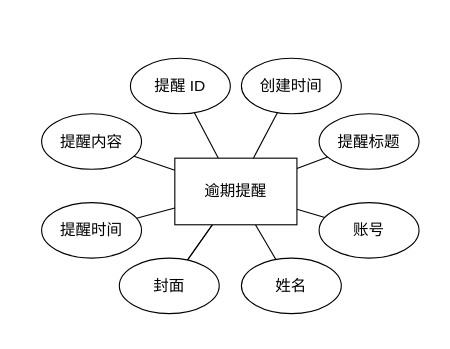
Above: 图3-26.drawio in blackjack2022/draw.io (draw.io), before the change. Source tidied: cells renumbered, new cells numbered last; positions are measured from the earlier drawing's top-left corner, leaving out a move shared by most shapes. Both pictures are drawn from the tidied source at 111%, with x=0, y=0 at pixel (41, 58).
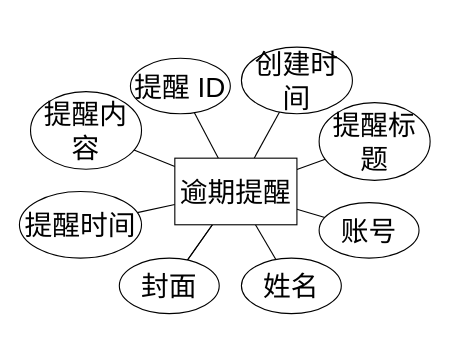
After the change.

The edit, as a diff of the source:
```diff
@@
 <mxGraphModel>
   <root>
     <mxCell id="0" />
     <mxCell id="1" parent="0" />
-    <mxCell id="2" style="rounded=0;jettySize=auto;html=1;endArrow=none;startFill=0;fontFamily=宋体;fontSize=14;" parent="1" edge="1" source="11" target="14">
+    <mxCell id="2" style="rounded=0;jettySize=auto;html=1;endArrow=none;startFill=0;fontFamily=宋体;fontSize=25;" parent="1" edge="1" source="11" target="14">
       <mxGeometry relative="1" as="geometry" />
     </mxCell>
-    <mxCell id="3" style="rounded=0;jettySize=auto;html=1;endArrow=none;startFill=0;fontFamily=宋体;fontSize=14;" parent="1" edge="1" source="11" target="15">
+    <mxCell id="3" style="rounded=0;jettySize=auto;html=1;endArrow=none;startFill=0;fontFamily=宋体;fontSize=25;" parent="1" edge="1" source="11" target="15">
       <mxGeometry relative="1" as="geometry" />
     </mxCell>
-    <mxCell id="4" style="rounded=0;jettySize=auto;html=1;endArrow=none;startFill=0;fontFamily=宋体;fontSize=14;" parent="1" edge="1" source="11" target="16">
+    <mxCell id="4" style="rounded=0;jettySize=auto;html=1;endArrow=none;startFill=0;fontFamily=宋体;fontSize=25;" parent="1" edge="1" source="11" target="16">
       <mxGeometry relative="1" as="geometry" />
     </mxCell>
-    <mxCell id="5" style="rounded=0;jettySize=auto;html=1;endArrow=none;startFill=0;fontFamily=宋体;fontSize=14;" parent="1" edge="1" source="11" target="17">
+    <mxCell id="5" style="rounded=0;jettySize=auto;html=1;endArrow=none;startFill=0;fontFamily=宋体;fontSize=25;" parent="1" edge="1" source="11" target="17">
       <mxGeometry relative="1" as="geometry" />
     </mxCell>
-    <mxCell id="6" style="rounded=0;jettySize=auto;html=1;endArrow=none;startFill=0;fontFamily=宋体;fontSize=14;" parent="1" edge="1" source="11" target="18">
+    <mxCell id="6" style="rounded=0;jettySize=auto;html=1;endArrow=none;startFill=0;fontFamily=宋体;fontSize=25;" parent="1" edge="1" source="11" target="18">
       <mxGeometry relative="1" as="geometry" />
     </mxCell>
-    <mxCell id="7" style="rounded=0;jettySize=auto;html=1;endArrow=none;startFill=0;fontFamily=宋体;fontSize=14;" parent="1" edge="1" source="11" target="13">
+    <mxCell id="7" style="rounded=0;jettySize=auto;html=1;endArrow=none;startFill=0;fontFamily=宋体;fontSize=25;" parent="1" edge="1" source="11" target="13">
       <mxGeometry relative="1" as="geometry" />
     </mxCell>
-    <mxCell id="8" style="rounded=0;jettySize=auto;html=1;endArrow=none;startFill=0;fontFamily=宋体;fontSize=14;" parent="1" edge="1" source="11" target="12">
+    <mxCell id="8" style="rounded=0;jettySize=auto;html=1;endArrow=none;startFill=0;fontFamily=宋体;fontSize=25;" parent="1" edge="1" source="11" target="12">
       <mxGeometry relative="1" as="geometry" />
     </mxCell>
-    <mxCell id="9" style="rounded=0;jettySize=auto;html=1;endArrow=none;startFill=0;fontFamily=宋体;fontSize=14;" parent="1" edge="1" source="11" target="19">
+    <mxCell id="9" style="rounded=0;jettySize=auto;html=1;endArrow=none;startFill=0;fontFamily=宋体;fontSize=25;" parent="1" edge="1" source="11" target="19">
       <mxGeometry relative="1" as="geometry" />
     </mxCell>
-    <mxCell id="10" style="rounded=0;jettySize=auto;html=1;endArrow=none;startFill=0;fontFamily=宋体;fontSize=14;" parent="1" edge="1" source="11" target="18">
+    <mxCell id="10" style="rounded=0;jettySize=auto;html=1;endArrow=none;startFill=0;fontFamily=宋体;fontSize=25;" parent="1" edge="1" source="11" target="18">
       <mxGeometry relative="1" as="geometry" />
     </mxCell>
-    <mxCell id="11" value="逾期提醒" style="rounded=0;whiteSpace=wrap;html=1;fontFamily=宋体;fontSize=14;" parent="1" vertex="1">
+    <mxCell id="11" value="逾期提醒" style="rounded=0;whiteSpace=wrap;html=1;fontFamily=宋体;fontSize=25;" parent="1" vertex="1">
       <mxGeometry x="120" y="90" width="110" height="60" as="geometry" />
     </mxCell>
-    <mxCell id="12" value="&lt;p class=&quot;MsoNormal&quot;&gt;&lt;span&gt;提醒内容&lt;/span&gt;&lt;/p&gt;" style="ellipse;whiteSpace=wrap;html=1;fontFamily=宋体;fontSize=14;" parent="1" vertex="1">
-      <mxGeometry y="50" width="90" height="50" as="geometry" />
+    <mxCell id="12" value="&lt;p class=&quot;MsoNormal&quot;&gt;&lt;span&gt;提醒内容&lt;/span&gt;&lt;/p&gt;" style="ellipse;whiteSpace=wrap;html=1;fontFamily=宋体;fontSize=25;" parent="1" vertex="1">
+      <mxGeometry x="-10" y="30" width="100" height="70" as="geometry" />
     </mxCell>
-    <mxCell id="13" value="&lt;p class=&quot;MsoNormal&quot;&gt;&lt;span&gt;&lt;font face=&quot;宋体&quot;&gt;提醒&lt;/font&gt; &lt;font face=&quot;宋体&quot;&gt;ID&lt;/font&gt;&lt;/span&gt;&lt;/p&gt;" style="ellipse;whiteSpace=wrap;html=1;fontFamily=宋体;fontSize=14;" parent="1" vertex="1">
+    <mxCell id="13" value="&lt;p class=&quot;MsoNormal&quot;&gt;&lt;span&gt;&lt;font face=&quot;宋体&quot;&gt;提醒&lt;/font&gt; &lt;font face=&quot;宋体&quot;&gt;ID&lt;/font&gt;&lt;/span&gt;&lt;/p&gt;" style="ellipse;whiteSpace=wrap;html=1;fontFamily=宋体;fontSize=25;" parent="1" vertex="1">
       <mxGeometry x="80" width="90" height="50" as="geometry" />
     </mxCell>
-    <mxCell id="14" value="&lt;p class=&quot;MsoNormal&quot;&gt;&lt;span&gt;创建时间&lt;/span&gt;&lt;/p&gt;" style="ellipse;whiteSpace=wrap;html=1;fontFamily=宋体;fontSize=14;" parent="1" vertex="1">
-      <mxGeometry x="180" width="90" height="50" as="geometry" />
+    <mxCell id="14" value="&lt;p class=&quot;MsoNormal&quot;&gt;&lt;span&gt;创建时间&lt;/span&gt;&lt;/p&gt;" style="ellipse;whiteSpace=wrap;html=1;fontFamily=宋体;fontSize=25;" parent="1" vertex="1">
+      <mxGeometry x="180" y="-10" width="100" height="60" as="geometry" />
     </mxCell>
-    <mxCell id="15" value="&lt;p class=&quot;MsoNormal&quot;&gt;&lt;span&gt;提醒标题&lt;/span&gt;&lt;/p&gt;" style="ellipse;whiteSpace=wrap;html=1;fontFamily=宋体;fontSize=14;" parent="1" vertex="1">
-      <mxGeometry x="250" y="50" width="90" height="50" as="geometry" />
+    <mxCell id="15" value="&lt;p class=&quot;MsoNormal&quot;&gt;&lt;span&gt;提醒标题&lt;/span&gt;&lt;/p&gt;" style="ellipse;whiteSpace=wrap;html=1;fontFamily=宋体;fontSize=25;" parent="1" vertex="1">
+      <mxGeometry x="250" y="40" width="100" height="70" as="geometry" />
     </mxCell>
-    <mxCell id="16" value="&lt;p class=&quot;MsoNormal&quot;&gt;&lt;span&gt;账号&lt;/span&gt;&lt;/p&gt;" style="ellipse;whiteSpace=wrap;html=1;fontFamily=宋体;fontSize=14;" parent="1" vertex="1">
+    <mxCell id="16" value="&lt;p class=&quot;MsoNormal&quot;&gt;&lt;span&gt;账号&lt;/span&gt;&lt;/p&gt;" style="ellipse;whiteSpace=wrap;html=1;fontFamily=宋体;fontSize=25;" parent="1" vertex="1">
       <mxGeometry x="250" y="130" width="90" height="50" as="geometry" />
     </mxCell>
-    <mxCell id="17" value="&lt;p class=&quot;MsoNormal&quot;&gt;&lt;span&gt;姓名&lt;/span&gt;&lt;/p&gt;" style="ellipse;whiteSpace=wrap;html=1;fontFamily=宋体;fontSize=14;" parent="1" vertex="1">
+    <mxCell id="17" value="&lt;p class=&quot;MsoNormal&quot;&gt;&lt;span&gt;姓名&lt;/span&gt;&lt;/p&gt;" style="ellipse;whiteSpace=wrap;html=1;fontFamily=宋体;fontSize=25;" parent="1" vertex="1">
       <mxGeometry x="180" y="180" width="90" height="50" as="geometry" />
     </mxCell>
-    <mxCell id="18" value="&lt;p class=&quot;MsoNormal&quot;&gt;&lt;span&gt;封面&lt;/span&gt;&lt;/p&gt;" style="ellipse;whiteSpace=wrap;html=1;fontFamily=宋体;fontSize=14;" parent="1" vertex="1">
+    <mxCell id="18" value="&lt;p class=&quot;MsoNormal&quot;&gt;&lt;span&gt;封面&lt;/span&gt;&lt;/p&gt;" style="ellipse;whiteSpace=wrap;html=1;fontFamily=宋体;fontSize=25;" parent="1" vertex="1">
       <mxGeometry x="70" y="180" width="90" height="50" as="geometry" />
     </mxCell>
-    <mxCell id="19" value="&lt;p class=&quot;MsoNormal&quot;&gt;&lt;span&gt;提醒时间&lt;/span&gt;&lt;/p&gt;" style="ellipse;whiteSpace=wrap;html=1;fontFamily=宋体;fontSize=14;" parent="1" vertex="1">
-      <mxGeometry y="130" width="90" height="50" as="geometry" />
+    <mxCell id="19" value="&lt;p class=&quot;MsoNormal&quot;&gt;&lt;span&gt;提醒时间&lt;/span&gt;&lt;/p&gt;" style="ellipse;whiteSpace=wrap;html=1;fontFamily=宋体;fontSize=25;" parent="1" vertex="1">
+      <mxGeometry x="-20" y="120" width="110" height="60" as="geometry" />
     </mxCell>
   </root>
 </mxGraphModel>
```
